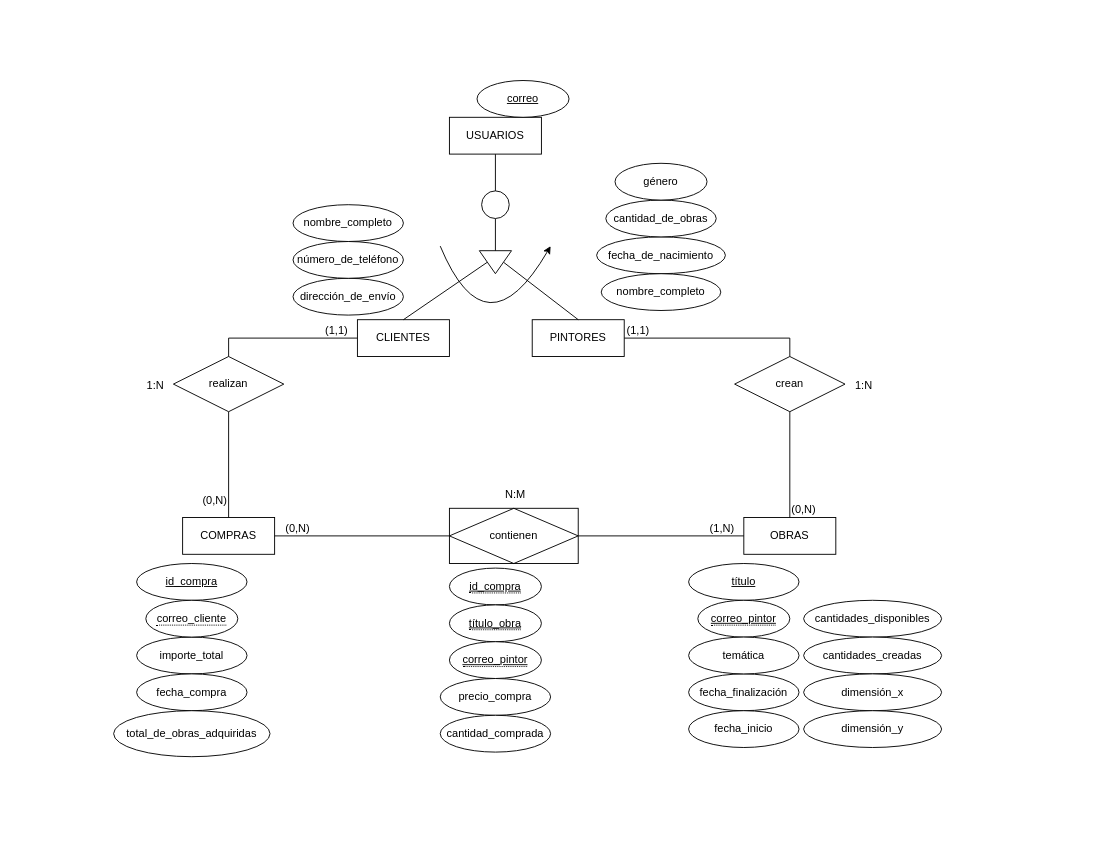
This is documentación/documentación del producto/documentación del sistema/documentación diseño/diagrama entidad-relación.drawio from GaelCodes/Ecommerce-Leonard-Devinch, a draw.io file, before an edit. Source tidied: cells renumbered, new cells numbered last; positions are measured from the earlier drawing's top-left corner, leaving out a move shared by most shapes. Both pictures are drawn from the tidied source at 92%, with x=0, y=0 at pixel (16, 16).
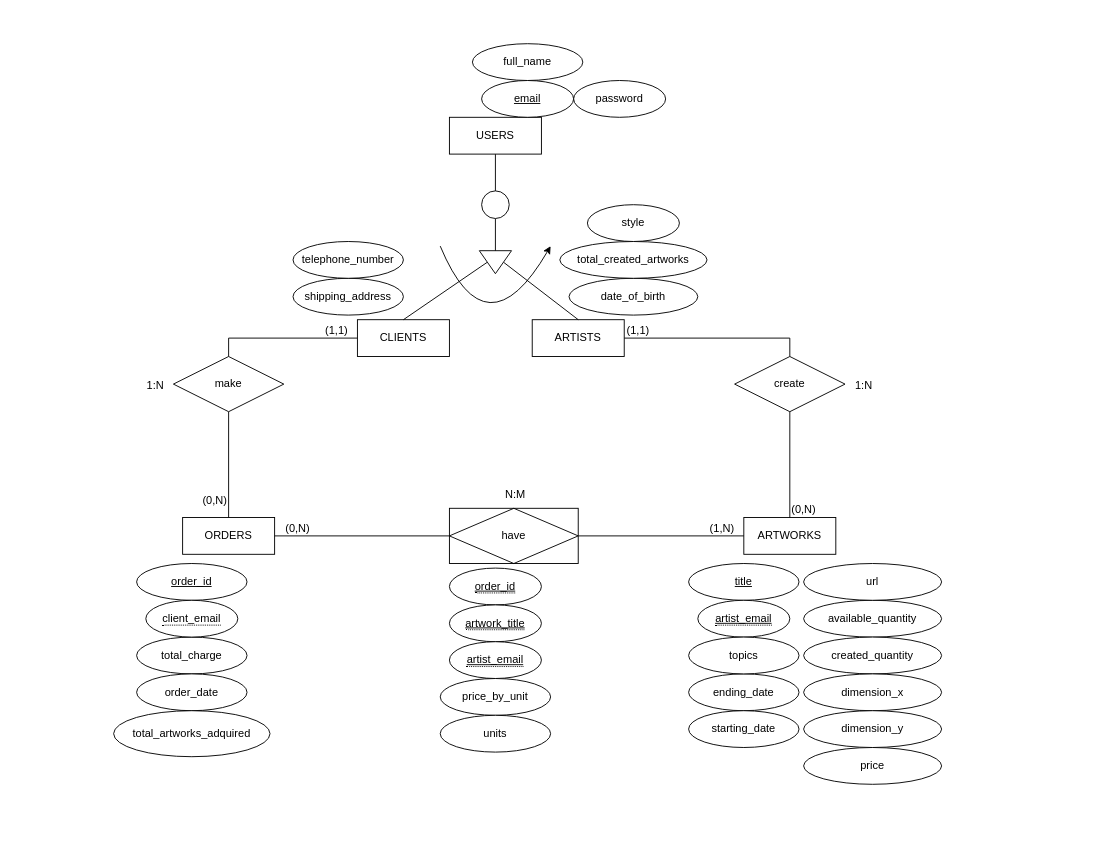
Above is the later version.

What changed in the source:
```diff
@@
-    <mxCell id="6" value="USUARIOS" style="whiteSpace=wrap;html=1;align=center;" parent="1" vertex="1">
+    <mxCell id="6" value="USERS" style="whiteSpace=wrap;html=1;align=center;" parent="1" vertex="1">
       <mxGeometry x="471" y="110" width="100" height="40" as="geometry" />
     </mxCell>
-    <mxCell id="7" value="PINTORES" style="whiteSpace=wrap;html=1;align=center;" parent="1" vertex="1">
+    <mxCell id="7" value="ARTISTS" style="whiteSpace=wrap;html=1;align=center;" parent="1" vertex="1">
       <mxGeometry x="561" y="330" width="100" height="40" as="geometry" />
     </mxCell>
-    <mxCell id="8" value="CLIENTES" style="whiteSpace=wrap;html=1;align=center;" parent="1" vertex="1">
+    <mxCell id="8" value="CLIENTS" style="whiteSpace=wrap;html=1;align=center;" parent="1" vertex="1">
       <mxGeometry x="371" y="330" width="100" height="40" as="geometry" />
     </mxCell>
-    <mxCell id="9" value="OBRAS" style="whiteSpace=wrap;html=1;align=center;" parent="1" vertex="1">
+    <mxCell id="9" value="ARTWORKS" style="whiteSpace=wrap;html=1;align=center;" parent="1" vertex="1">
       <mxGeometry x="791" y="545" width="100" height="40" as="geometry" />
     </mxCell>
-    <mxCell id="10" value="COMPRAS" style="whiteSpace=wrap;html=1;align=center;" parent="1" vertex="1">
+    <mxCell id="10" value="ORDERS" style="whiteSpace=wrap;html=1;align=center;" parent="1" vertex="1">
       <mxGeometry x="181" y="545" width="100" height="40" as="geometry" />
     </mxCell>
-    <mxCell id="11" value="realizan" style="shape=rhombus;perimeter=rhombusPerimeter;whiteSpace=wrap;html=1;align=center;" parent="1" vertex="1">
+    <mxCell id="11" value="make" style="shape=rhombus;perimeter=rhombusPerimeter;whiteSpace=wrap;html=1;align=center;" parent="1" vertex="1">
       <mxGeometry x="171" y="370" width="120" height="60" as="geometry" />
     </mxCell>
-    <mxCell id="12" value="crean" style="shape=rhombus;perimeter=rhombusPerimeter;whiteSpace=wrap;html=1;align=center;" parent="1" vertex="1">
+    <mxCell id="12" value="create" style="shape=rhombus;perimeter=rhombusPerimeter;whiteSpace=wrap;html=1;align=center;" parent="1" vertex="1">
       <mxGeometry x="781" y="370" width="120" height="60" as="geometry" />
     </mxCell>
@@
-    <mxCell id="31" value="dirección_de_envío" style="ellipse;whiteSpace=wrap;html=1;align=center;" parent="1" vertex="1">
+    <mxCell id="31" value="shipping_address" style="ellipse;whiteSpace=wrap;html=1;align=center;" parent="1" vertex="1">
       <mxGeometry x="301" y="285" width="120" height="40" as="geometry" />
     </mxCell>
-    <mxCell id="32" value="fecha_de_nacimiento" style="ellipse;whiteSpace=wrap;html=1;align=center;" parent="1" vertex="1">
-      <mxGeometry x="631" y="240" width="140" height="40" as="geometry" />
+    <mxCell id="32" value="date_of_birth" style="ellipse;whiteSpace=wrap;html=1;align=center;" parent="1" vertex="1">
+      <mxGeometry x="601" y="285" width="140" height="40" as="geometry" />
     </mxCell>
-    <mxCell id="33" value="número_de_teléfono" style="ellipse;whiteSpace=wrap;html=1;align=center;" parent="1" vertex="1">
+    <mxCell id="33" value="telephone_number" style="ellipse;whiteSpace=wrap;html=1;align=center;" parent="1" vertex="1">
       <mxGeometry x="301" y="245" width="120" height="40" as="geometry" />
     </mxCell>
-    <mxCell id="34" value="nombre_completo" style="ellipse;whiteSpace=wrap;html=1;align=center;" parent="1" vertex="1">
-      <mxGeometry x="636" y="280" width="130" height="40" as="geometry" />
-    </mxCell>
-    <mxCell id="35" value="cantidad_de_obras" style="ellipse;whiteSpace=wrap;html=1;align=center;" parent="1" vertex="1">
-      <mxGeometry x="641" y="200" width="120" height="40" as="geometry" />
+    <mxCell id="35" value="total_created_artworks" style="ellipse;whiteSpace=wrap;html=1;align=center;" parent="1" vertex="1">
+      <mxGeometry x="591" y="245" width="160" height="40" as="geometry" />
     </mxCell>
-    <mxCell id="36" value="género" style="ellipse;whiteSpace=wrap;html=1;align=center;" parent="1" vertex="1">
-      <mxGeometry x="651" y="160" width="100" height="40" as="geometry" />
+    <mxCell id="36" value="style" style="ellipse;whiteSpace=wrap;html=1;align=center;" parent="1" vertex="1">
+      <mxGeometry x="621" y="205" width="100" height="40" as="geometry" />
     </mxCell>
-    <mxCell id="37" value="nombre_completo" style="ellipse;whiteSpace=wrap;html=1;align=center;" parent="1" vertex="1">
-      <mxGeometry x="301" y="205" width="120" height="40" as="geometry" />
-    </mxCell>
-    <mxCell id="38" value="&lt;u&gt;correo&lt;/u&gt;" style="ellipse;whiteSpace=wrap;html=1;align=center;" parent="1" vertex="1">
-      <mxGeometry x="501" y="70" width="100" height="40" as="geometry" />
+    <mxCell id="38" value="&lt;u&gt;email&lt;/u&gt;" style="ellipse;whiteSpace=wrap;html=1;align=center;" parent="1" vertex="1">
+      <mxGeometry x="506" y="70" width="100" height="40" as="geometry" />
     </mxCell>
-    <mxCell id="39" value="&lt;u&gt;id_compra&lt;/u&gt;" style="ellipse;whiteSpace=wrap;html=1;align=center;" parent="1" vertex="1">
+    <mxCell id="39" value="&lt;u&gt;order_id&lt;/u&gt;" style="ellipse;whiteSpace=wrap;html=1;align=center;" parent="1" vertex="1">
       <mxGeometry x="131" y="595" width="120" height="40" as="geometry" />
     </mxCell>
-    <mxCell id="40" value="importe_total" style="ellipse;whiteSpace=wrap;html=1;align=center;" parent="1" vertex="1">
+    <mxCell id="40" value="total_charge" style="ellipse;whiteSpace=wrap;html=1;align=center;" parent="1" vertex="1">
       <mxGeometry x="131" y="675" width="120" height="40" as="geometry" />
     </mxCell>
-    <mxCell id="41" value="fecha_compra" style="ellipse;whiteSpace=wrap;html=1;align=center;" parent="1" vertex="1">
+    <mxCell id="41" value="order_date" style="ellipse;whiteSpace=wrap;html=1;align=center;" parent="1" vertex="1">
       <mxGeometry x="131" y="715" width="120" height="40" as="geometry" />
     </mxCell>
-    <mxCell id="42" value="&lt;u&gt;título&lt;/u&gt;" style="ellipse;whiteSpace=wrap;html=1;align=center;" parent="1" vertex="1">
+    <mxCell id="42" value="&lt;u&gt;title&lt;/u&gt;" style="ellipse;whiteSpace=wrap;html=1;align=center;" parent="1" vertex="1">
       <mxGeometry x="731" y="595" width="120" height="40" as="geometry" />
     </mxCell>
-    <mxCell id="43" value="fecha_finalización" style="ellipse;whiteSpace=wrap;html=1;align=center;" parent="1" vertex="1">
+    <mxCell id="43" value="ending_date" style="ellipse;whiteSpace=wrap;html=1;align=center;" parent="1" vertex="1">
       <mxGeometry x="731" y="715" width="120" height="40" as="geometry" />
     </mxCell>
@@
-    <mxCell id="47" value="total_de_obras_adquiridas" style="ellipse;whiteSpace=wrap;html=1;align=center;" parent="1" vertex="1">
+    <mxCell id="47" value="total_artworks_adquired" style="ellipse;whiteSpace=wrap;html=1;align=center;" parent="1" vertex="1">
       <mxGeometry x="106" y="755" width="170" height="50" as="geometry" />
     </mxCell>
-    <mxCell id="48" value="precio_compra" style="ellipse;whiteSpace=wrap;html=1;align=center;" parent="1" vertex="1">
+    <mxCell id="48" value="price_by_unit" style="ellipse;whiteSpace=wrap;html=1;align=center;" parent="1" vertex="1">
       <mxGeometry x="461" y="720" width="120" height="40" as="geometry" />
     </mxCell>
-    <mxCell id="49" value="cantidad_comprada" style="ellipse;whiteSpace=wrap;html=1;align=center;" parent="1" vertex="1">
+    <mxCell id="49" value="units" style="ellipse;whiteSpace=wrap;html=1;align=center;" parent="1" vertex="1">
       <mxGeometry x="461" y="760" width="120" height="40" as="geometry" />
     </mxCell>
-    <mxCell id="50" value="contienen" style="shape=associativeEntity;whiteSpace=wrap;html=1;align=center;" parent="1" vertex="1">
+    <mxCell id="50" value="have" style="shape=associativeEntity;whiteSpace=wrap;html=1;align=center;" parent="1" vertex="1">
       <mxGeometry x="471" y="535" width="140" height="60" as="geometry" />
     </mxCell>
-    <mxCell id="51" value="&lt;span style=&quot;border-bottom: 1px dotted&quot;&gt;&lt;u&gt;id_compra&lt;/u&gt;&lt;/span&gt;" style="ellipse;whiteSpace=wrap;html=1;align=center;" parent="1" vertex="1">
+    <mxCell id="51" value="&lt;span style=&quot;border-bottom: 1px dotted&quot;&gt;&lt;u&gt;order_id&lt;/u&gt;&lt;/span&gt;" style="ellipse;whiteSpace=wrap;html=1;align=center;" parent="1" vertex="1">
       <mxGeometry x="471" y="600" width="100" height="40" as="geometry" />
     </mxCell>
-    <mxCell id="52" value="&lt;span style=&quot;border-bottom: 1px dotted&quot;&gt;&lt;u&gt;título_obra&lt;/u&gt;&lt;/span&gt;" style="ellipse;whiteSpace=wrap;html=1;align=center;" parent="1" vertex="1">
+    <mxCell id="52" value="&lt;span style=&quot;border-bottom: 1px dotted&quot;&gt;&lt;u&gt;artwork_title&lt;/u&gt;&lt;/span&gt;" style="ellipse;whiteSpace=wrap;html=1;align=center;" parent="1" vertex="1">
       <mxGeometry x="471" y="640" width="100" height="40" as="geometry" />
     </mxCell>
-    <mxCell id="53" value="&lt;span style=&quot;border-bottom: 1px dotted&quot;&gt;&lt;u&gt;correo_pintor&lt;/u&gt;&lt;/span&gt;" style="ellipse;whiteSpace=wrap;html=1;align=center;" parent="1" vertex="1">
+    <mxCell id="53" value="&lt;span style=&quot;border-bottom: 1px dotted&quot;&gt;&lt;u&gt;artist_email&lt;/u&gt;&lt;/span&gt;" style="ellipse;whiteSpace=wrap;html=1;align=center;" parent="1" vertex="1">
       <mxGeometry x="471" y="680" width="100" height="40" as="geometry" />
     </mxCell>
-    <mxCell id="54" value="&lt;span style=&quot;border-bottom: 1px dotted&quot;&gt;correo_cliente&lt;/span&gt;" style="ellipse;whiteSpace=wrap;html=1;align=center;" parent="1" vertex="1">
+    <mxCell id="54" value="&lt;span style=&quot;border-bottom: 1px dotted&quot;&gt;client_email&lt;/span&gt;" style="ellipse;whiteSpace=wrap;html=1;align=center;" parent="1" vertex="1">
       <mxGeometry x="141" y="635" width="100" height="40" as="geometry" />
     </mxCell>
-    <mxCell id="55" value="&lt;span style=&quot;border-bottom: 1px dotted&quot;&gt;&lt;u&gt;correo_pintor&lt;/u&gt;&lt;/span&gt;" style="ellipse;whiteSpace=wrap;html=1;align=center;" parent="1" vertex="1">
+    <mxCell id="55" value="&lt;span style=&quot;border-bottom: 1px dotted&quot;&gt;&lt;u&gt;artist_email&lt;/u&gt;&lt;/span&gt;" style="ellipse;whiteSpace=wrap;html=1;align=center;" parent="1" vertex="1">
       <mxGeometry x="741" y="635" width="100" height="40" as="geometry" />
     </mxCell>
-    <mxCell id="56" value="temática" style="ellipse;whiteSpace=wrap;html=1;align=center;" parent="1" vertex="1">
+    <mxCell id="56" value="topics" style="ellipse;whiteSpace=wrap;html=1;align=center;" parent="1" vertex="1">
       <mxGeometry x="731" y="675" width="120" height="40" as="geometry" />
     </mxCell>
-    <mxCell id="57" value="fecha_inicio" style="ellipse;whiteSpace=wrap;html=1;align=center;" parent="1" vertex="1">
+    <mxCell id="57" value="starting_date" style="ellipse;whiteSpace=wrap;html=1;align=center;" parent="1" vertex="1">
       <mxGeometry x="731" y="755" width="120" height="40" as="geometry" />
     </mxCell>
-    <mxCell id="58" value="cantidades_disponibles" style="ellipse;whiteSpace=wrap;html=1;align=center;" parent="1" vertex="1">
+    <mxCell id="58" value="available_quantity" style="ellipse;whiteSpace=wrap;html=1;align=center;" parent="1" vertex="1">
       <mxGeometry x="856" y="635" width="150" height="40" as="geometry" />
     </mxCell>
-    <mxCell id="59" value="cantidades_creadas" style="ellipse;whiteSpace=wrap;html=1;align=center;" parent="1" vertex="1">
+    <mxCell id="59" value="created_quantity" style="ellipse;whiteSpace=wrap;html=1;align=center;" parent="1" vertex="1">
       <mxGeometry x="856" y="675" width="150" height="40" as="geometry" />
     </mxCell>
-    <mxCell id="60" value="dimensión_x" style="ellipse;whiteSpace=wrap;html=1;align=center;" parent="1" vertex="1">
+    <mxCell id="60" value="dimension_x" style="ellipse;whiteSpace=wrap;html=1;align=center;" parent="1" vertex="1">
       <mxGeometry x="856" y="715" width="150" height="40" as="geometry" />
     </mxCell>
-    <mxCell id="61" value="dimensión_y" style="ellipse;whiteSpace=wrap;html=1;align=center;" parent="1" vertex="1">
+    <mxCell id="61" value="dimension_y" style="ellipse;whiteSpace=wrap;html=1;align=center;" parent="1" vertex="1">
       <mxGeometry x="856" y="755" width="150" height="40" as="geometry" />
     </mxCell>
+    <mxCell id="62" value="password" style="ellipse;whiteSpace=wrap;html=1;align=center;" parent="1" vertex="1">
+      <mxGeometry x="606" y="70" width="100" height="40" as="geometry" />
+    </mxCell>
+    <mxCell id="63" value="full_name" style="ellipse;whiteSpace=wrap;html=1;align=center;" parent="1" vertex="1">
+      <mxGeometry x="496" y="30" width="120" height="40" as="geometry" />
+    </mxCell>
+    <mxCell id="64" value="url" style="ellipse;whiteSpace=wrap;html=1;align=center;" parent="1" vertex="1">
+      <mxGeometry x="856" y="595" width="150" height="40" as="geometry" />
+    </mxCell>
+    <mxCell id="65" value="price" style="ellipse;whiteSpace=wrap;html=1;align=center;" parent="1" vertex="1">
+      <mxGeometry x="856" y="795" width="150" height="40" as="geometry" />
+    </mxCell>
```
